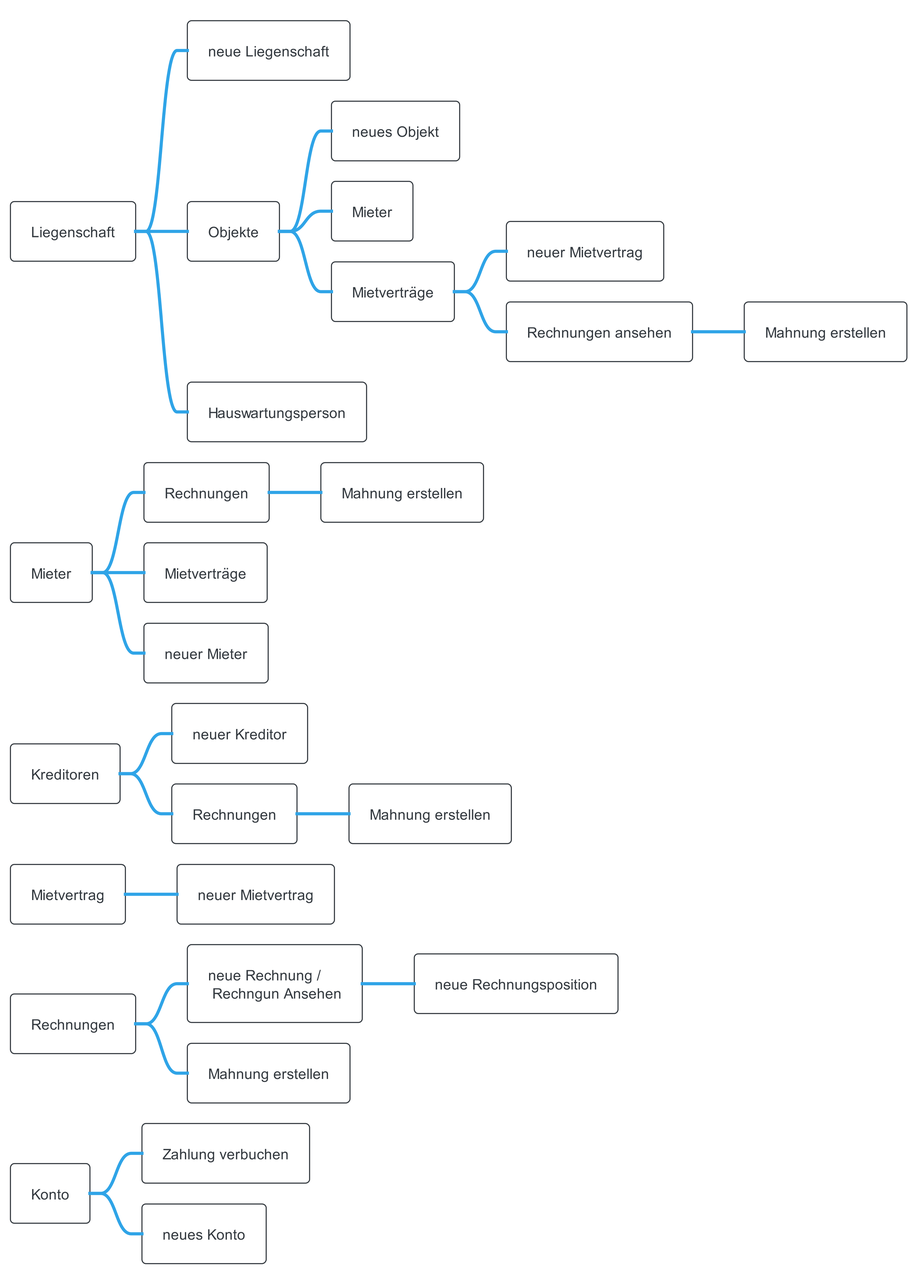
Earlier version of the PlantUML export docs/content/diagrams/out/guiMap/GuiMindMAp.png (sirtheta/ImmoGlobal_Semesterarbeit).
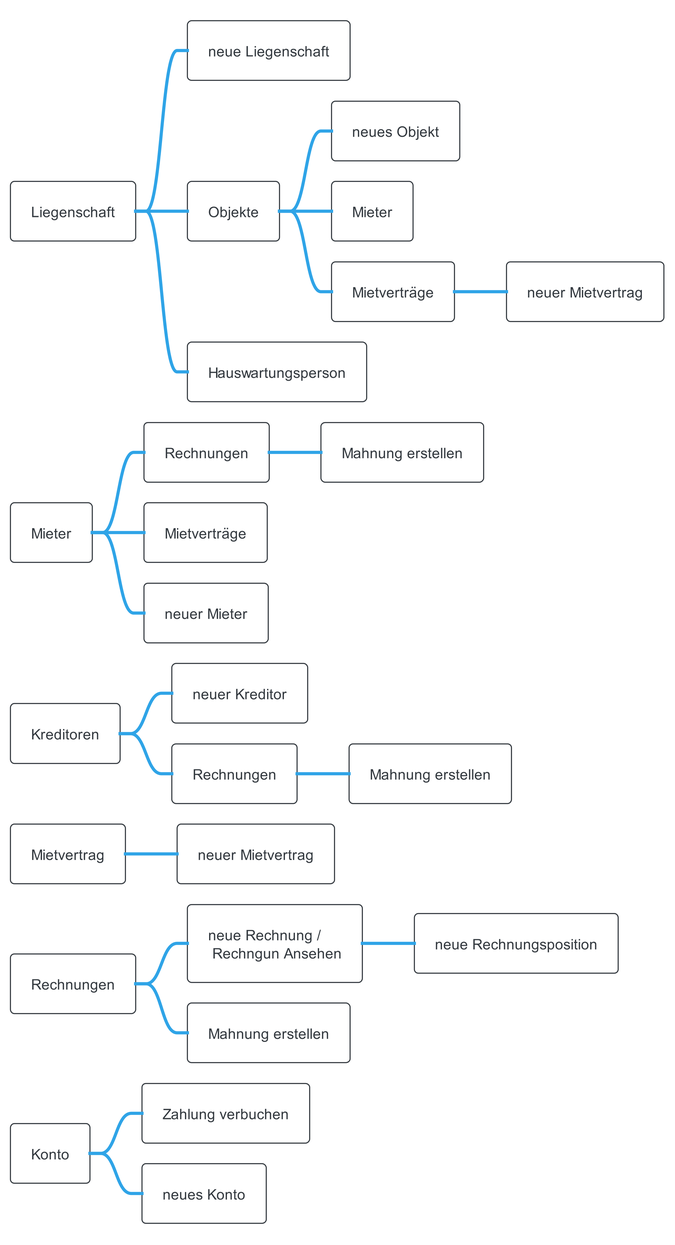
Above is the later version.

Diff of the diagram source:
```diff
@@ -8,8 +8,6 @@
 *** Mieter
 *** Mietverträge
 **** neuer Mietvertrag
-**** Rechnungen ansehen
-***** Mahnung erstellen
 ** Hauswartungsperson
 
 * Mieter
```
